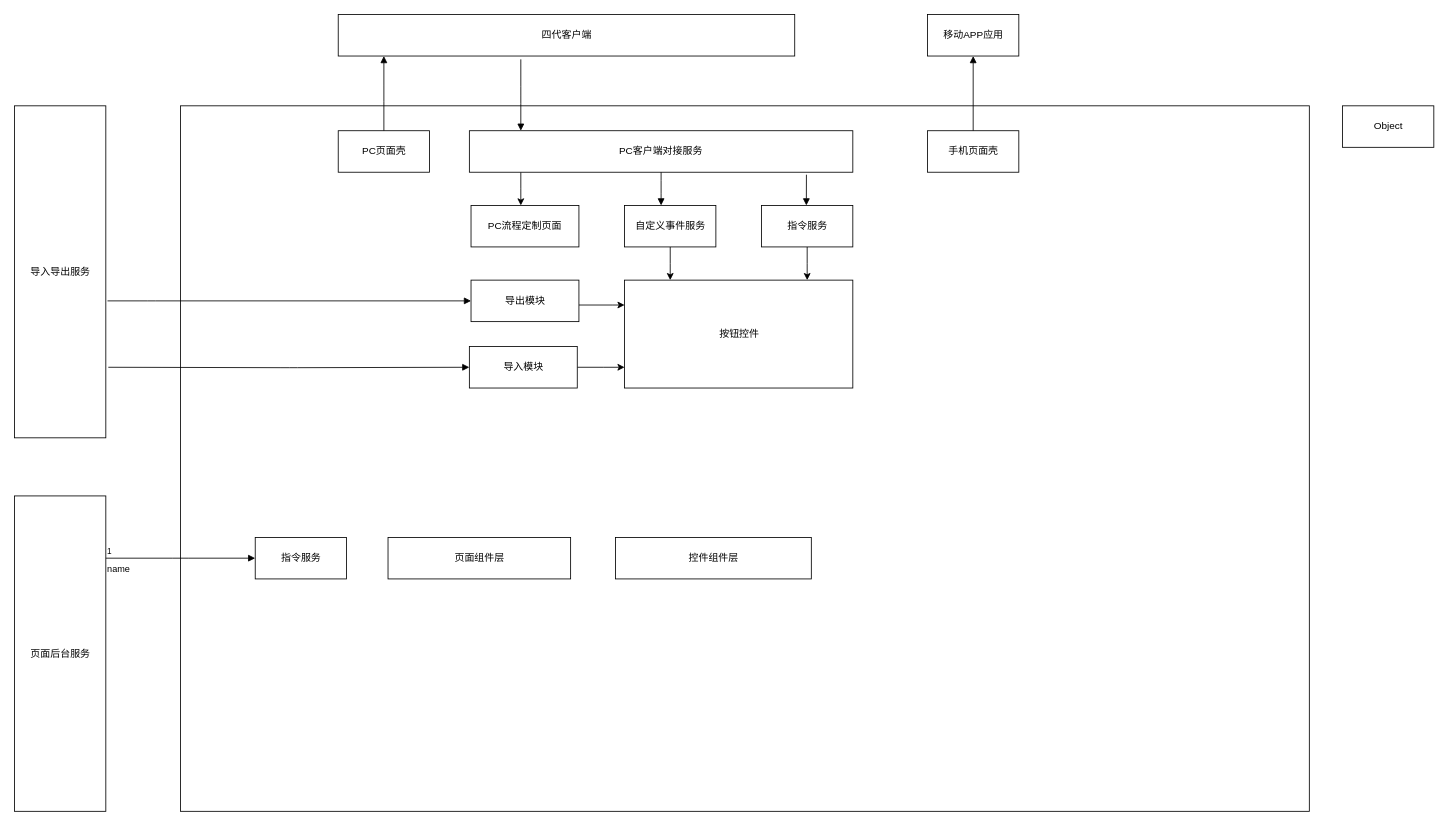
asling/my-umls keeps this draw.io diagram as 页面UI组件实例服务模块关系.drawio. Above is the earlier version. Source tidied: cells renumbered, new cells numbered last; positions are measured from the earlier drawing's top-left corner, leaving out a move shared by most shapes. Both pictures are drawn from the tidied source at 83%, with x=0, y=0 at pixel (14, 14).
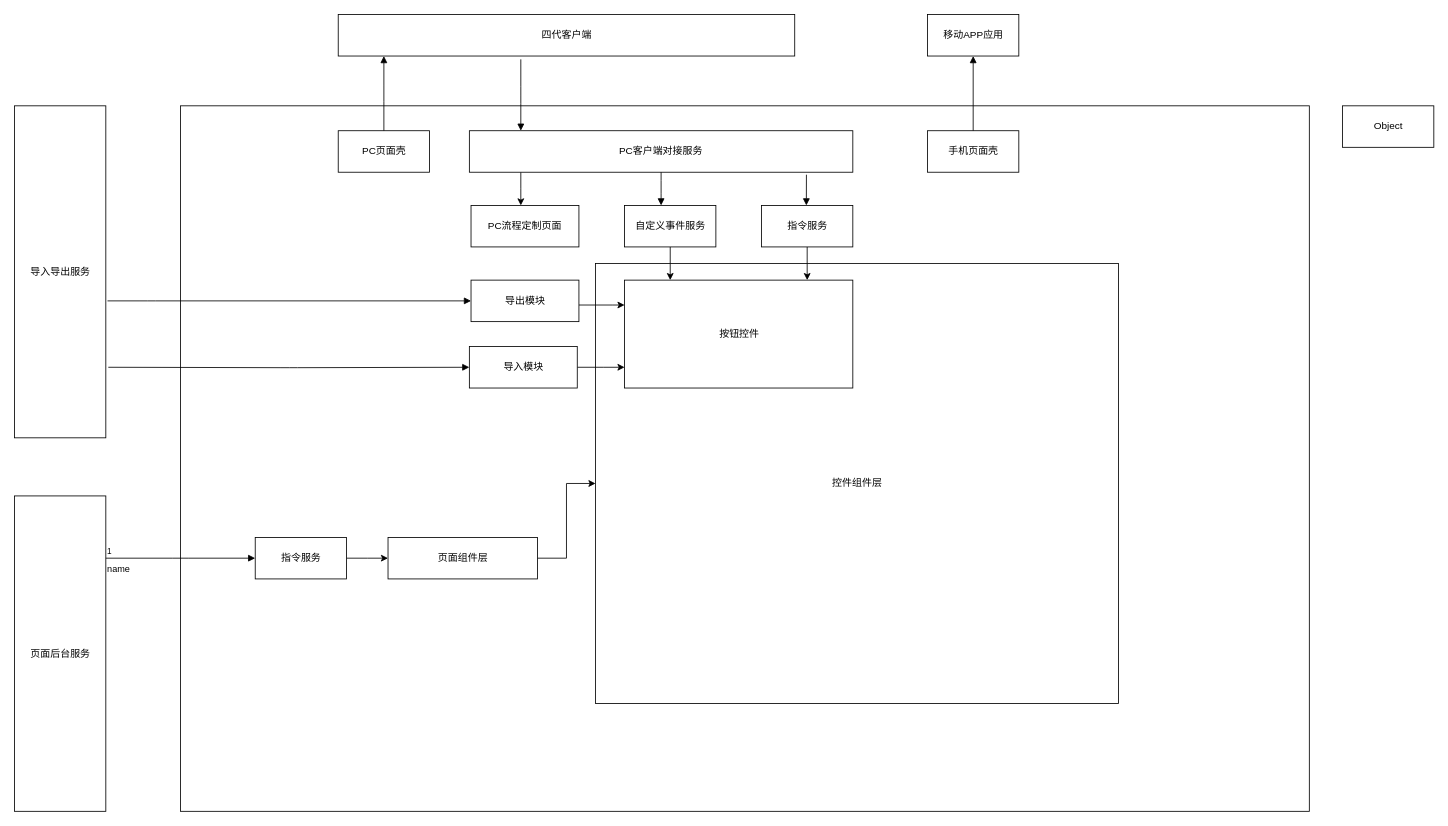
Above is the later version.

Commit message (it also covers changes not shown here):
Update 页面UI组件实例服务模块关系.drawio

Unchanged cells that the change refers to:
```xml
<mxCell id="33" value="指令服务" style="html=1;" parent="1" vertex="1">
  <mxGeometry x="290" y="630" width="110" height="50" as="geometry" />
</mxCell>
```

Diff of the diagram source:
```diff
@@
+    <mxCell id="37" value="控件组件层" style="html=1;" parent="1" vertex="1">
+      <mxGeometry x="700" y="300" width="630" height="530" as="geometry" />
+    </mxCell>
@@
+    <mxCell id="38" style="edgeStyle=elbowEdgeStyle;rounded=0;jettySize=auto;html=1;" parent="1" edge="1" source="33" target="36">
+      <mxGeometry relative="1" as="geometry" />
+    </mxCell>
@@
+    <mxCell id="39" style="edgeStyle=elbowEdgeStyle;rounded=0;jettySize=auto;html=1;" parent="1" edge="1" source="36" target="37">
+      <mxGeometry relative="1" as="geometry" />
+    </mxCell>
     <mxCell id="36" value="页面组件层" style="html=1;" parent="1" vertex="1">
-      <mxGeometry x="450" y="630" width="220" height="50" as="geometry" />
+      <mxGeometry x="450" y="630" width="180" height="50" as="geometry" />
     </mxCell>
-    <mxCell id="37" value="控件组件层" style="html=1;" parent="1" vertex="1">
-      <mxGeometry x="724" y="630" width="236" height="50" as="geometry" />
-    </mxCell>
```
